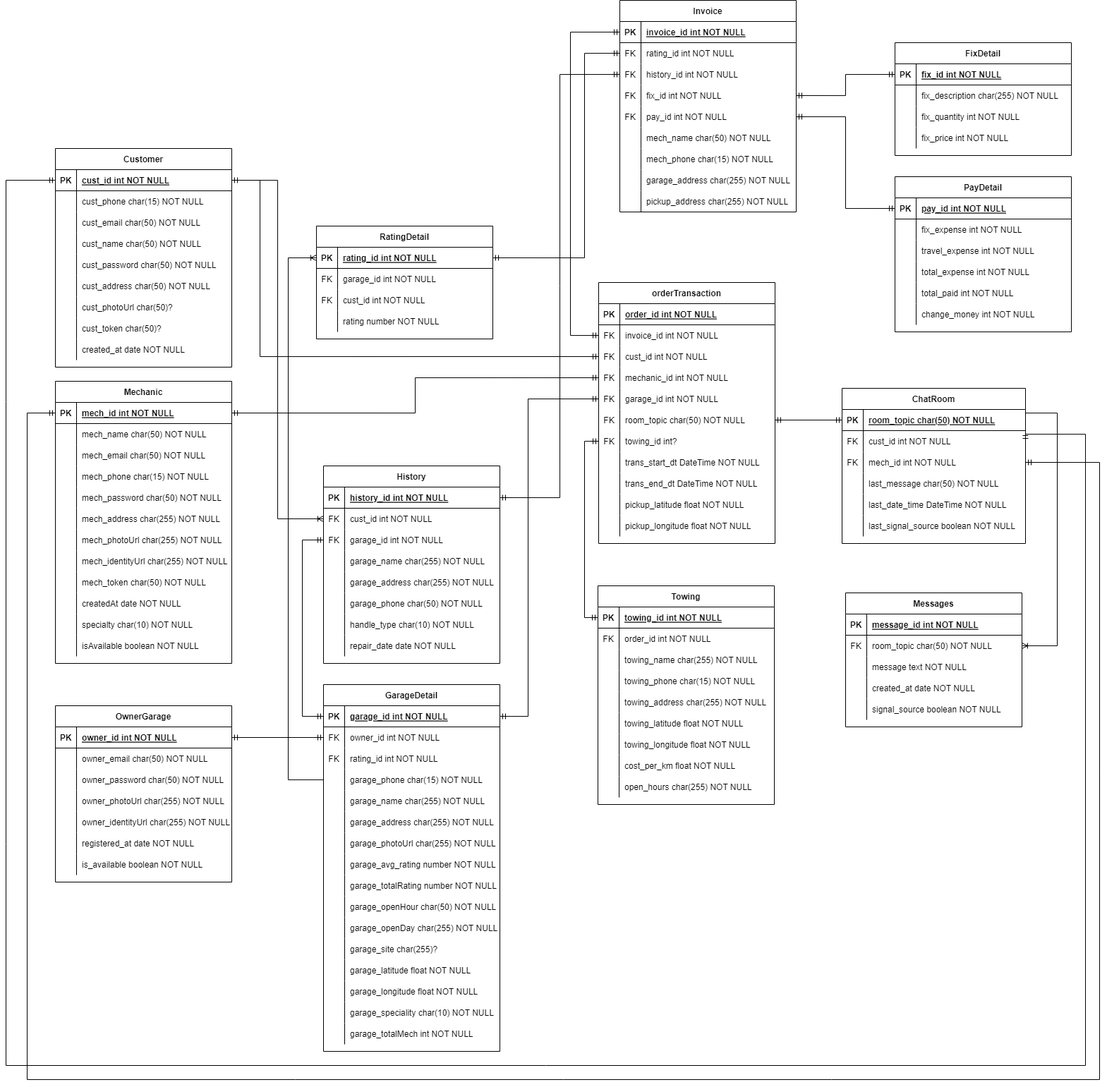
Above: Systems/ERDiagram.drawio.png in felixfilipi/E-Monteer (draw.io), before the change. Source tidied: cells renumbered, new cells last; positions are measured from the earlier drawing's top-left corner, leaving out a move shared by most shapes.
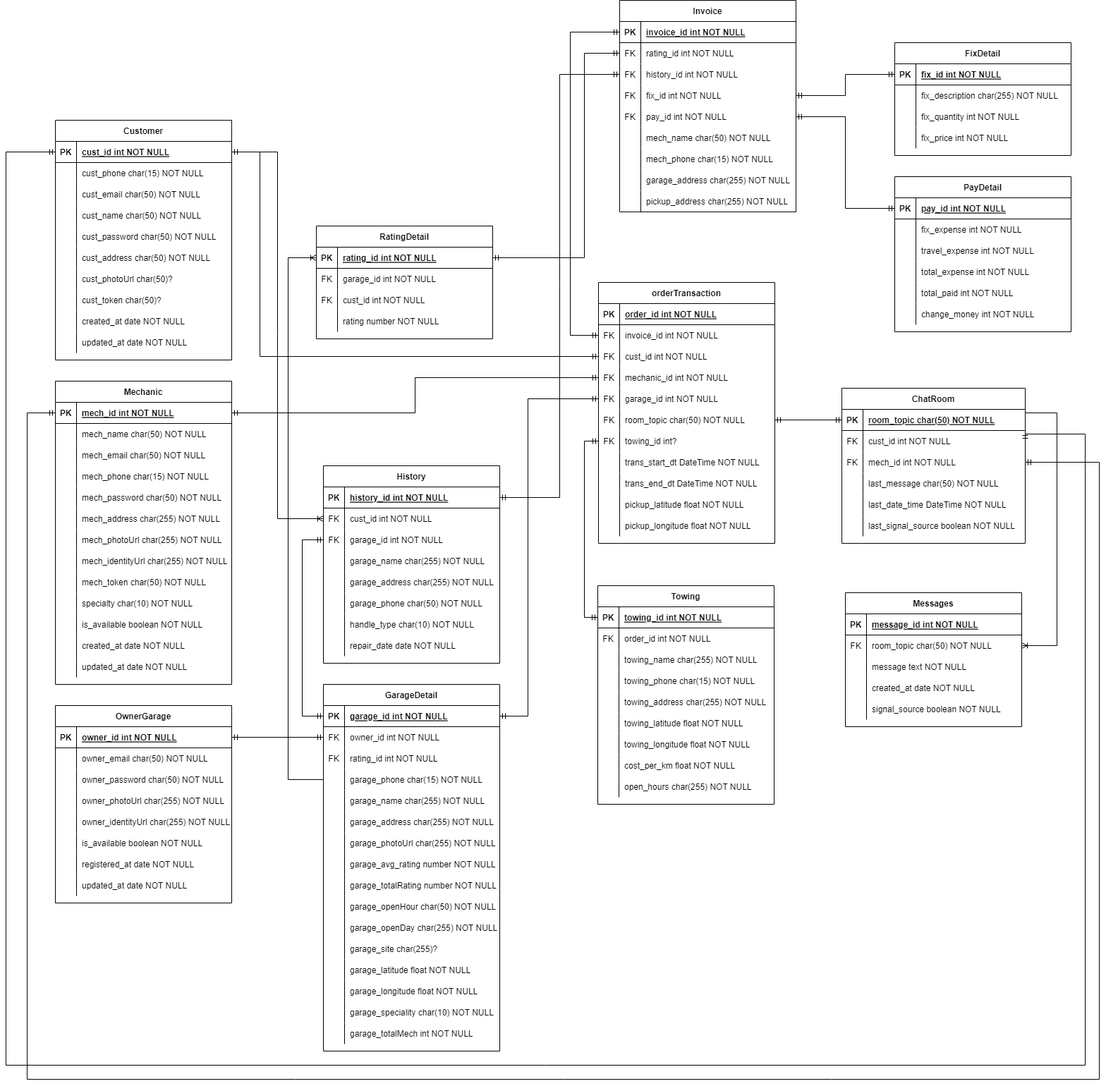
The same file after the commit.

What changed in the source:
```diff
@@ -3,7 +3,7 @@
     <mxCell id="0" />
     <mxCell id="1" parent="0" />
     <mxCell id="2" value="Mechanic" style="shape=table;startSize=30;rowLines=0;fontStyle=1;align=center;" parent="1" vertex="1">
-      <mxGeometry x="70" y="540" width="250" height="400" as="geometry" />
+      <mxGeometry x="70" y="540" width="250" height="430" as="geometry" />
     </mxCell>
     <mxCell id="3" style="shape=partialRectangle;fillColor=none;points=[[0,0.5],[1,0.5]];portConstraint=eastwest;top=0;left=0;right=0;bottom=1;" parent="2" vertex="1">
       <mxGeometry y="30" width="250" height="30" as="geometry" />
@@ -86,17 +86,8 @@
     <mxCell id="29" value="mech_token char(50) NOT NULL" style="shape=partialRectangle;overflow=hidden;fillColor=none;top=0;left=0;bottom=0;right=0;align=left;spacingLeft=6;" parent="27" vertex="1">
       <mxGeometry x="30" width="220" height="30" as="geometry" />
     </mxCell>
-    <mxCell id="30" style="shape=partialRectangle;fillColor=none;top=0;left=0;right=0;bottom=0;" parent="2" vertex="1">
-      <mxGeometry y="300" width="250" height="30" as="geometry" />
-    </mxCell>
-    <mxCell id="31" style="shape=partialRectangle;overflow=hidden;fillColor=none;top=0;left=0;bottom=0;right=0;" parent="30" vertex="1">
-      <mxGeometry width="30" height="30" as="geometry" />
-    </mxCell>
-    <mxCell id="32" value="createdAt date NOT NULL" style="shape=partialRectangle;overflow=hidden;fillColor=none;top=0;left=0;bottom=0;right=0;align=left;spacingLeft=6;" parent="30" vertex="1">
-      <mxGeometry x="30" width="220" height="30" as="geometry" />
-    </mxCell>
     <mxCell id="33" style="shape=partialRectangle;fillColor=none;top=0;left=0;right=0;bottom=0;" parent="2" vertex="1">
-      <mxGeometry y="330" width="250" height="30" as="geometry" />
+      <mxGeometry y="300" width="250" height="30" as="geometry" />
     </mxCell>
     <mxCell id="34" style="shape=partialRectangle;overflow=hidden;fillColor=none;top=0;left=0;bottom=0;right=0;" parent="33" vertex="1">
       <mxGeometry width="30" height="30" as="geometry" />
@@ -105,16 +96,34 @@
       <mxGeometry x="30" width="220" height="30" as="geometry" />
     </mxCell>
     <mxCell id="36" style="shape=partialRectangle;fillColor=none;top=0;left=0;right=0;bottom=0;" parent="2" vertex="1">
-      <mxGeometry y="360" width="250" height="30" as="geometry" />
+      <mxGeometry y="330" width="250" height="30" as="geometry" />
     </mxCell>
     <mxCell id="37" style="shape=partialRectangle;overflow=hidden;fillColor=none;top=0;left=0;bottom=0;right=0;" parent="36" vertex="1">
       <mxGeometry width="30" height="30" as="geometry" />
     </mxCell>
-    <mxCell id="38" value="isAvailable boolean NOT NULL" style="shape=partialRectangle;overflow=hidden;fillColor=none;top=0;left=0;bottom=0;right=0;align=left;spacingLeft=6;" parent="36" vertex="1">
+    <mxCell id="38" value="is_available boolean NOT NULL" style="shape=partialRectangle;overflow=hidden;fillColor=none;top=0;left=0;bottom=0;right=0;align=left;spacingLeft=6;" parent="36" vertex="1">
       <mxGeometry x="30" width="220" height="30" as="geometry" />
     </mxCell>
+    <mxCell id="30" style="shape=partialRectangle;fillColor=none;top=0;left=0;right=0;bottom=0;" parent="2" vertex="1">
+      <mxGeometry y="360" width="250" height="30" as="geometry" />
+    </mxCell>
+    <mxCell id="31" style="shape=partialRectangle;overflow=hidden;fillColor=none;top=0;left=0;bottom=0;right=0;" parent="30" vertex="1">
+      <mxGeometry width="30" height="30" as="geometry" />
+    </mxCell>
+    <mxCell id="32" value="created_at date NOT NULL" style="shape=partialRectangle;overflow=hidden;fillColor=none;top=0;left=0;bottom=0;right=0;align=left;spacingLeft=6;" parent="30" vertex="1">
+      <mxGeometry x="30" width="220" height="30" as="geometry" />
+    </mxCell>
+    <mxCell id="350" style="shape=partialRectangle;fillColor=none;top=0;left=0;right=0;bottom=0;" parent="2" vertex="1">
+      <mxGeometry y="390" width="250" height="30" as="geometry" />
+    </mxCell>
+    <mxCell id="351" style="shape=partialRectangle;overflow=hidden;fillColor=none;top=0;left=0;bottom=0;right=0;" parent="350" vertex="1">
+      <mxGeometry width="30" height="30" as="geometry" />
+    </mxCell>
+    <mxCell id="352" value="updated_at date NOT NULL" style="shape=partialRectangle;overflow=hidden;fillColor=none;top=0;left=0;bottom=0;right=0;align=left;spacingLeft=6;" parent="350" vertex="1">
+      <mxGeometry x="30" width="220" height="30" as="geometry" />
+    </mxCell>
     <mxCell id="39" value="OwnerGarage" style="shape=table;startSize=30;rowLines=0;fontStyle=1;align=center;" parent="1" vertex="1">
-      <mxGeometry x="70" y="1000" width="250" height="250" as="geometry" />
+      <mxGeometry x="70" y="1000" width="250" height="280" as="geometry" />
     </mxCell>
     <mxCell id="40" style="shape=partialRectangle;fillColor=none;points=[[0,0.5],[1,0.5]];portConstraint=eastwest;top=0;left=0;right=0;bottom=1;" parent="39" vertex="1">
       <mxGeometry y="30" width="250" height="30" as="geometry" />
@@ -161,8 +170,17 @@
     <mxCell id="54" value="owner_identityUrl char(255) NOT NULL" style="shape=partialRectangle;overflow=hidden;fillColor=none;top=0;left=0;bottom=0;right=0;align=left;spacingLeft=6;" parent="52" vertex="1">
       <mxGeometry x="30" width="220" height="30" as="geometry" />
     </mxCell>
+    <mxCell id="58" style="shape=partialRectangle;fillColor=none;top=0;left=0;right=0;bottom=0;" parent="39" vertex="1">
+      <mxGeometry y="180" width="250" height="30" as="geometry" />
+    </mxCell>
+    <mxCell id="59" style="shape=partialRectangle;overflow=hidden;fillColor=none;top=0;left=0;bottom=0;right=0;" parent="58" vertex="1">
+      <mxGeometry width="30" height="30" as="geometry" />
+    </mxCell>
+    <mxCell id="60" value="is_available boolean NOT NULL" style="shape=partialRectangle;overflow=hidden;fillColor=none;top=0;left=0;bottom=0;right=0;align=left;spacingLeft=6;fontStyle=0;" parent="58" vertex="1">
+      <mxGeometry x="30" width="220" height="30" as="geometry" />
+    </mxCell>
     <mxCell id="55" style="shape=partialRectangle;fillColor=none;top=0;left=0;right=0;bottom=0;" parent="39" vertex="1">
-      <mxGeometry y="180" width="250" height="30" as="geometry" />
+      <mxGeometry y="210" width="250" height="30" as="geometry" />
     </mxCell>
     <mxCell id="56" style="shape=partialRectangle;overflow=hidden;fillColor=none;top=0;left=0;bottom=0;right=0;" parent="55" vertex="1">
       <mxGeometry width="30" height="30" as="geometry" />
@@ -170,17 +188,17 @@
     <mxCell id="57" value="registered_at date NOT NULL" style="shape=partialRectangle;overflow=hidden;fillColor=none;top=0;left=0;bottom=0;right=0;align=left;spacingLeft=6;" parent="55" vertex="1">
       <mxGeometry x="30" width="220" height="30" as="geometry" />
     </mxCell>
-    <mxCell id="58" style="shape=partialRectangle;fillColor=none;top=0;left=0;right=0;bottom=0;" parent="39" vertex="1">
-      <mxGeometry y="210" width="250" height="30" as="geometry" />
-    </mxCell>
-    <mxCell id="59" style="shape=partialRectangle;overflow=hidden;fillColor=none;top=0;left=0;bottom=0;right=0;" parent="58" vertex="1">
-      <mxGeometry width="30" height="30" as="geometry" />
-    </mxCell>
-    <mxCell id="60" value="is_available boolean NOT NULL" style="shape=partialRectangle;overflow=hidden;fillColor=none;top=0;left=0;bottom=0;right=0;align=left;spacingLeft=6;fontStyle=0;" parent="58" vertex="1">
-      <mxGeometry x="30" width="220" height="30" as="geometry" />
-    </mxCell>
+    <mxCell id="353" style="shape=partialRectangle;fillColor=none;top=0;left=0;right=0;bottom=0;" parent="39" vertex="1">
+      <mxGeometry y="240" width="250" height="30" as="geometry" />
+    </mxCell>
+    <mxCell id="354" style="shape=partialRectangle;overflow=hidden;fillColor=none;top=0;left=0;bottom=0;right=0;" parent="353" vertex="1">
+      <mxGeometry width="30" height="30" as="geometry" />
+    </mxCell>
+    <mxCell id="355" value="updated_at date NOT NULL" style="shape=partialRectangle;overflow=hidden;fillColor=none;top=0;left=0;bottom=0;right=0;align=left;spacingLeft=6;" parent="353" vertex="1">
+      <mxGeometry x="30" width="220" height="30" as="geometry" />
+    </mxCell>
     <mxCell id="61" value="Customer" style="shape=table;startSize=30;rowLines=0;fontStyle=1;align=center;" parent="1" vertex="1">
-      <mxGeometry x="70" y="210" width="250" height="310" as="geometry" />
+      <mxGeometry x="70" y="170" width="250" height="340" as="geometry" />
     </mxCell>
     <mxCell id="62" style="shape=partialRectangle;fillColor=none;points=[[0,0.5],[1,0.5]];portConstraint=eastwest;top=0;left=0;right=0;bottom=1;" parent="61" vertex="1">
       <mxGeometry y="30" width="250" height="30" as="geometry" />
@@ -263,6 +281,15 @@
     <mxCell id="88" value="created_at date NOT NULL" style="shape=partialRectangle;overflow=hidden;fillColor=none;top=0;left=0;bottom=0;right=0;align=left;spacingLeft=6;" parent="86" vertex="1">
       <mxGeometry x="30" width="220" height="30" as="geometry" />
     </mxCell>
+    <mxCell id="356" style="shape=partialRectangle;fillColor=none;top=0;left=0;right=0;bottom=0;" parent="61" vertex="1">
+      <mxGeometry y="300" width="250" height="30" as="geometry" />
+    </mxCell>
+    <mxCell id="357" style="shape=partialRectangle;overflow=hidden;fillColor=none;top=0;left=0;bottom=0;right=0;" parent="356" vertex="1">
+      <mxGeometry width="30" height="30" as="geometry" />
+    </mxCell>
+    <mxCell id="358" value="updated_at date NOT NULL" style="shape=partialRectangle;overflow=hidden;fillColor=none;top=0;left=0;bottom=0;right=0;align=left;spacingLeft=6;" parent="356" vertex="1">
+      <mxGeometry x="30" width="220" height="30" as="geometry" />
+    </mxCell>
     <mxCell id="89" value="ChatRoom" style="shape=table;startSize=30;rowLines=0;fontStyle=1;align=center;" parent="1" vertex="1">
       <mxGeometry x="1185" y="550" width="260" height="220" as="geometry" />
     </mxCell>
@@ -1002,7 +1029,7 @@
           <mxPoint x="1530" y="615" />
           <mxPoint x="1530" y="1510" />
           <mxPoint y="1510" />
-          <mxPoint y="255" />
+          <mxPoint y="215" />
         </Array>
       </mxGeometry>
     </mxCell>
@@ -1084,7 +1111,7 @@
     <mxCell id="346" style="edgeStyle=orthogonalEdgeStyle;fontSize=12;html=1;endArrow=ERmandOne;startArrow=ERmandOne;rounded=0;entryX=0;entryY=0.5;entryDx=0;entryDy=0;exitX=1;exitY=0.5;exitDx=0;exitDy=0;" parent="1" edge="1" source="62" target="306">
       <mxGeometry relative="1" as="geometry">
         <Array as="points">
-          <mxPoint x="360" y="255" />
+          <mxPoint x="360" y="215" />
           <mxPoint x="360" y="505" />
         </Array>
       </mxGeometry>
```
